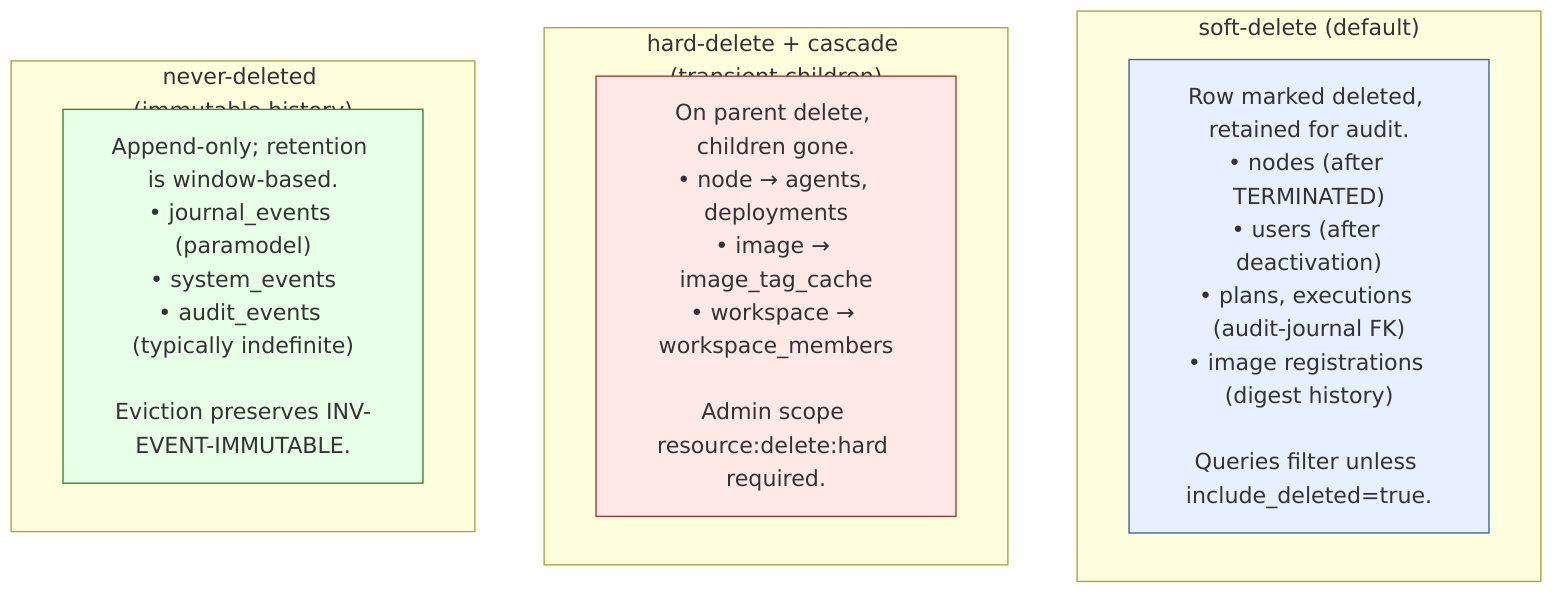
Before: docs/design/diagrams/SRD-0101/cascade-regimes.png, a diagram exported from Mermaid (nosqlbench/hyperplane-rs). Its source is kept beside it as docs/design/diagrams/SRD-0101/cascade-regimes.mmd. Source of this version:
```mermaid
flowchart TB
    subgraph Soft ["soft-delete (default)"]
        S["Row marked deleted, retained for audit.<br/>• nodes (after TERMINATED)<br/>• users (after deactivation)<br/>• plans, executions (audit-journal FK)<br/>• image registrations (digest history)<br/><br/>Queries filter unless include_deleted=true."]
    end

    subgraph Hard ["hard-delete + cascade (transient children)"]
        H["On parent delete, children gone.<br/>• node → agents, deployments<br/>• image → image_tag_cache<br/>• workspace → workspace_members<br/><br/>Admin scope resource:delete:hard required."]
    end

    subgraph Never ["never-deleted (immutable history)"]
        N["Append-only; retention is window-based.<br/>• journal_events (paramodel)<br/>• system_events<br/>• audit_events (typically indefinite)<br/><br/>Eviction preserves INV-EVENT-IMMUTABLE."]
    end

    classDef soft fill:#e8f0ff,stroke:#3366aa
    classDef hard fill:#ffe8e8,stroke:#aa3333
    classDef never fill:#e8ffe8,stroke:#338833
    class S soft
    class H hard
    class N never
```
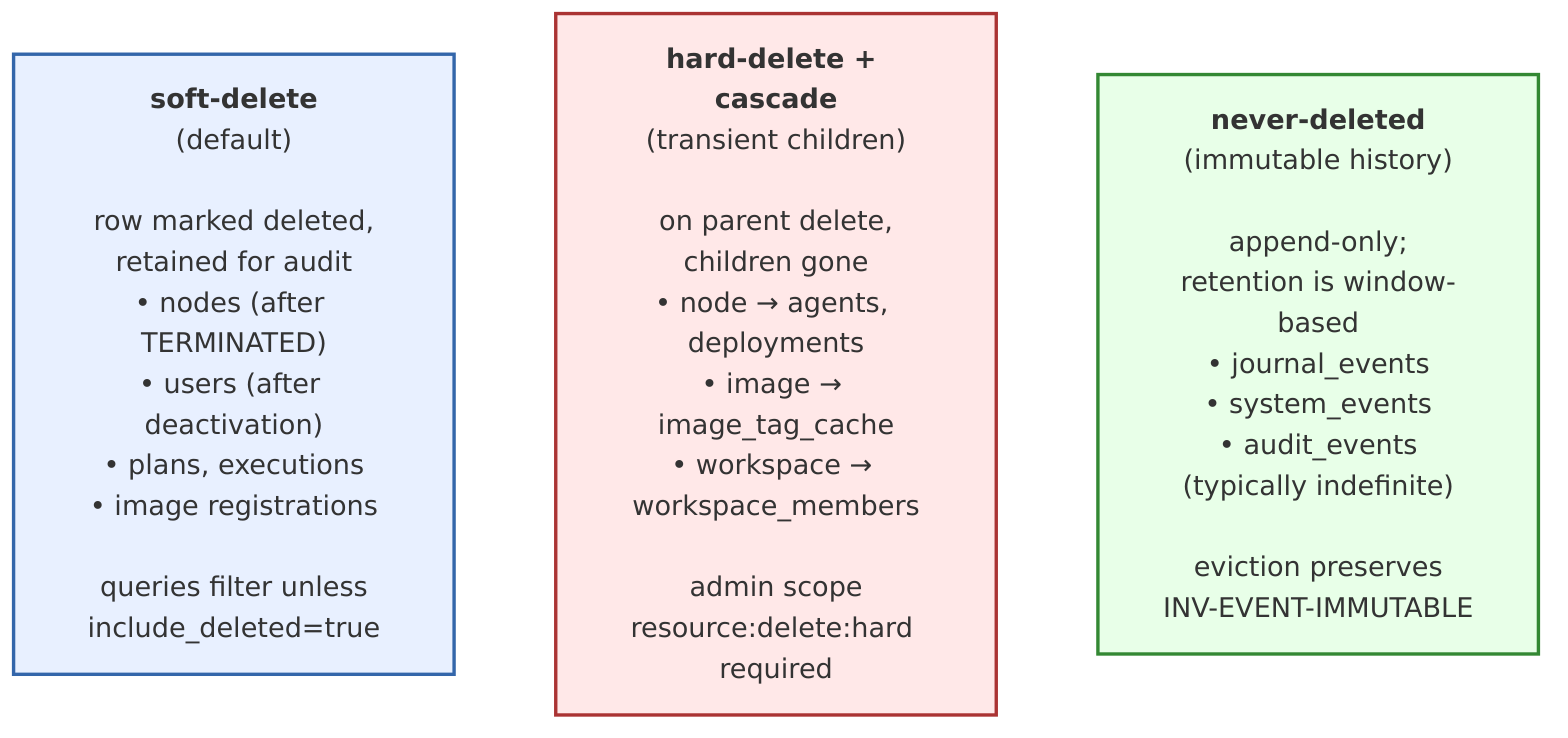
After the change.

What changed in the source:
```diff
@@ -1,19 +1,14 @@
-flowchart TB
-    subgraph Soft ["soft-delete (default)"]
-        S["Row marked deleted, retained for audit.<br/>• nodes (after TERMINATED)<br/>• users (after deactivation)<br/>• plans, executions (audit-journal FK)<br/>• image registrations (digest history)<br/><br/>Queries filter unless include_deleted=true."]
-    end
+%%{init: {'flowchart': {'nodeSpacing': 40, 'rankSpacing': 60}}}%%
+flowchart LR
+    S["<b>soft-delete</b><br/>(default)<br/><br/>row marked deleted,<br/>retained for audit<br/>• nodes (after TERMINATED)<br/>• users (after deactivation)<br/>• plans, executions<br/>• image registrations<br/><br/>queries filter unless<br/>include_deleted=true"]
+    H["<b>hard-delete + cascade</b><br/>(transient children)<br/><br/>on parent delete,<br/>children gone<br/>• node → agents, deployments<br/>• image → image_tag_cache<br/>• workspace → workspace_members<br/><br/>admin scope<br/>resource:delete:hard required"]
+    N["<b>never-deleted</b><br/>(immutable history)<br/><br/>append-only;<br/>retention is window-based<br/>• journal_events<br/>• system_events<br/>• audit_events<br/>(typically indefinite)<br/><br/>eviction preserves<br/>INV-EVENT-IMMUTABLE"]
 
-    subgraph Hard ["hard-delete + cascade (transient children)"]
-        H["On parent delete, children gone.<br/>• node → agents, deployments<br/>• image → image_tag_cache<br/>• workspace → workspace_members<br/><br/>Admin scope resource:delete:hard required."]
-    end
+    S ~~~ H ~~~ N
 
-    subgraph Never ["never-deleted (immutable history)"]
-        N["Append-only; retention is window-based.<br/>• journal_events (paramodel)<br/>• system_events<br/>• audit_events (typically indefinite)<br/><br/>Eviction preserves INV-EVENT-IMMUTABLE."]
-    end
-
-    classDef soft fill:#e8f0ff,stroke:#3366aa
-    classDef hard fill:#ffe8e8,stroke:#aa3333
-    classDef never fill:#e8ffe8,stroke:#338833
+    classDef soft fill:#e8f0ff,stroke:#3366aa,stroke-width:2px
+    classDef hard fill:#ffe8e8,stroke:#aa3333,stroke-width:2px
+    classDef never fill:#e8ffe8,stroke:#338833,stroke-width:2px
     class S soft
     class H hard
     class N never
```
